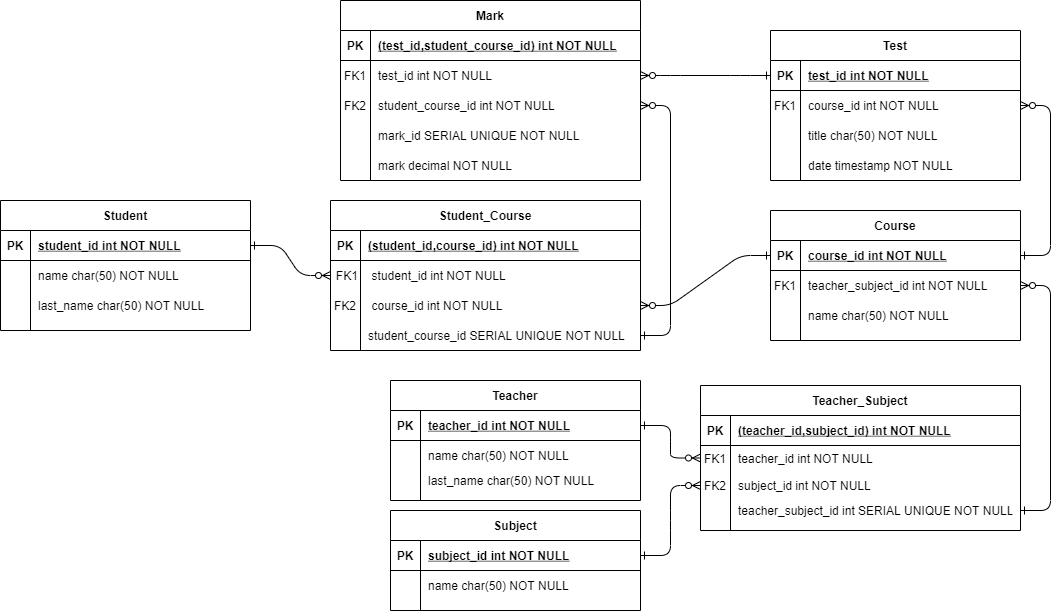
The draw.io diagram testfullstack_MER.png in Tisks/testfullstack2021Solution, before a commit. Source tidied: cells renumbered, new cells last; positions are measured from the earlier drawing's top-left corner, leaving out a move shared by most shapes.
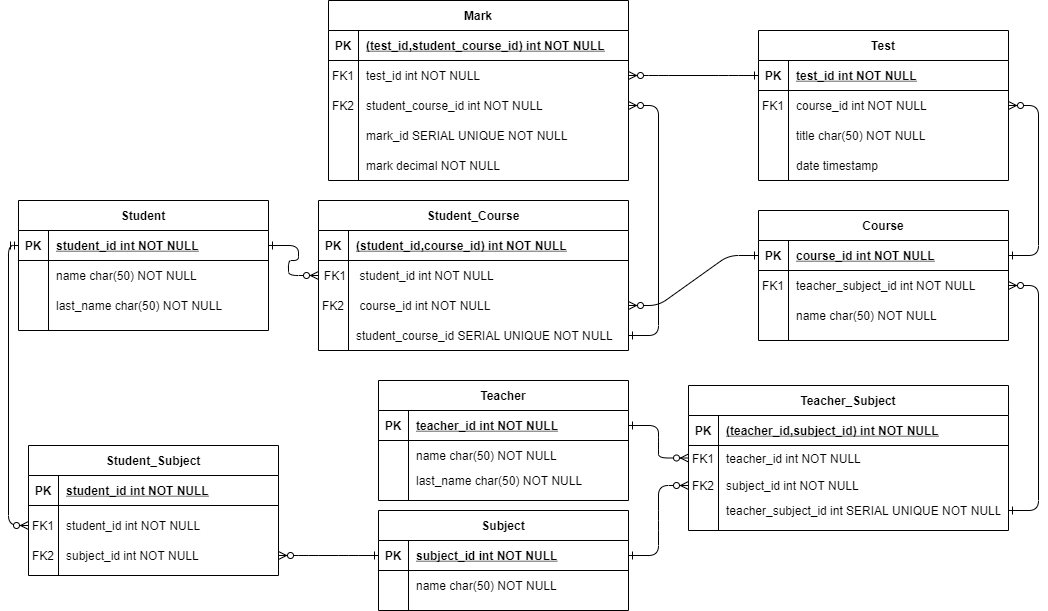
Above is the later version.

What changed in the source:
```diff
@@ -21,7 +21,7 @@
       <mxGeometry x="30" width="280" height="30" as="geometry" />
     </mxCell>
     <mxCell id="8" value="Student" style="shape=table;startSize=30;rowLines=0;fontStyle=1;align=center;" parent="1" vertex="1">
-      <mxGeometry y="200" width="250" height="130" as="geometry" />
+      <mxGeometry x="30" y="200" width="250" height="130" as="geometry" />
     </mxCell>
     <mxCell id="9" style="shape=partialRectangle;fillColor=none;points=[[0,0.5],[1,0.5]];portConstraint=eastwest;top=0;left=0;right=0;bottom=1;" parent="8" vertex="1">
       <mxGeometry y="30" width="250" height="30" as="geometry" />
@@ -84,7 +84,7 @@
       <mxGeometry x="30" width="220" height="30" as="geometry" />
     </mxCell>
     <mxCell id="29" style="shape=partialRectangle;fillColor=none;top=0;left=0;right=0;bottom=0;" parent="1" vertex="1">
-      <mxGeometry y="290" width="250" height="30" as="geometry" />
+      <mxGeometry x="30" y="290" width="250" height="30" as="geometry" />
     </mxCell>
     <mxCell id="30" style="shape=partialRectangle;overflow=hidden;fillColor=none;top=0;left=0;bottom=0;right=0;" parent="29" vertex="1">
       <mxGeometry width="30" height="30" as="geometry" />
@@ -170,7 +170,7 @@
     <mxCell id="57" style="shape=partialRectangle;overflow=hidden;fillColor=none;top=0;left=0;bottom=0;right=0;" parent="56" vertex="1">
       <mxGeometry width="30" height="30" as="geometry" />
     </mxCell>
-    <mxCell id="58" value="date timestamp NOT NULL" style="shape=partialRectangle;overflow=hidden;fillColor=none;top=0;left=0;bottom=0;right=0;align=left;spacingLeft=6;" parent="56" vertex="1">
+    <mxCell id="58" value="date timestamp " style="shape=partialRectangle;overflow=hidden;fillColor=none;top=0;left=0;bottom=0;right=0;align=left;spacingLeft=6;" parent="56" vertex="1">
       <mxGeometry x="30" width="220" height="30" as="geometry" />
     </mxCell>
     <mxCell id="59" value="Mark" style="shape=table;startSize=30;rowLines=0;fontStyle=1;align=center;" parent="1" vertex="1">
@@ -317,5 +317,50 @@
     <mxCell id="106" value="mark_id SERIAL UNIQUE NOT NULL" style="shape=partialRectangle;overflow=hidden;fillColor=none;top=0;left=0;bottom=0;right=0;align=left;spacingLeft=6;" parent="104" vertex="1">
       <mxGeometry x="30" width="270" height="30" as="geometry" />
     </mxCell>
+    <mxCell id="107" value="Student_Subject" style="shape=table;startSize=30;rowLines=0;fontStyle=1;align=center;" parent="1" vertex="1">
+      <mxGeometry x="40" y="445" width="250" height="130" as="geometry" />
+    </mxCell>
+    <mxCell id="108" style="shape=partialRectangle;fillColor=none;top=0;left=0;right=0;bottom=1;" parent="107" vertex="1">
+      <mxGeometry y="30" width="250" height="30" as="geometry" />
+    </mxCell>
+    <mxCell id="109" value="PK" style="shape=partialRectangle;overflow=hidden;fillColor=none;top=0;left=0;bottom=0;right=0;fontStyle=1;" parent="108" vertex="1">
+      <mxGeometry width="30" height="30" as="geometry" />
+    </mxCell>
+    <mxCell id="110" value="student_id int NOT NULL " style="shape=partialRectangle;overflow=hidden;fillColor=none;top=0;left=0;bottom=0;right=0;align=left;spacingLeft=6;fontStyle=5;" parent="108" vertex="1">
+      <mxGeometry x="30" width="220" height="30" as="geometry" />
+    </mxCell>
+    <mxCell id="111" style="shape=partialRectangle;fillColor=none;top=0;left=0;right=0;bottom=0;" parent="107" vertex="1">
+      <mxGeometry y="60" width="250" height="30" as="geometry" />
+    </mxCell>
+    <mxCell id="112" style="shape=partialRectangle;overflow=hidden;fillColor=none;top=0;left=0;bottom=0;right=0;" parent="111" vertex="1">
+      <mxGeometry width="30" height="30" as="geometry" />
+    </mxCell>
+    <mxCell id="113" style="shape=partialRectangle;overflow=hidden;fillColor=none;top=0;left=0;bottom=0;right=0;align=left;spacingLeft=6;" parent="111" vertex="1">
+      <mxGeometry x="30" width="220" height="30" as="geometry" />
+    </mxCell>
+    <mxCell id="114" style="shape=partialRectangle;fillColor=none;points=[[0,0.5],[1,0.5]];portConstraint=eastwest;top=0;left=0;right=0;bottom=0;" parent="1" vertex="1">
+      <mxGeometry x="40" y="510" width="250" height="30" as="geometry" />
+    </mxCell>
+    <mxCell id="115" value="FK1" style="shape=partialRectangle;overflow=hidden;fillColor=none;top=0;left=0;bottom=0;right=0;" parent="114" vertex="1">
+      <mxGeometry width="30" height="30" as="geometry" />
+    </mxCell>
+    <mxCell id="116" value="student_id int NOT NULL" style="shape=partialRectangle;overflow=hidden;fillColor=none;top=0;left=0;bottom=0;right=0;align=left;spacingLeft=6;" parent="114" vertex="1">
+      <mxGeometry x="30" width="193.2" height="30" as="geometry" />
+    </mxCell>
+    <mxCell id="117" style="shape=partialRectangle;fillColor=none;points=[[0,0.5],[1,0.5]];portConstraint=eastwest;top=0;left=0;right=0;bottom=0;" parent="1" vertex="1">
+      <mxGeometry x="40" y="540" width="250" height="30" as="geometry" />
+    </mxCell>
+    <mxCell id="118" value="FK2" style="shape=partialRectangle;overflow=hidden;fillColor=none;top=0;left=0;bottom=0;right=0;" parent="117" vertex="1">
+      <mxGeometry width="30" height="30" as="geometry" />
+    </mxCell>
+    <mxCell id="119" value="subject_id int NOT NULL" style="shape=partialRectangle;overflow=hidden;fillColor=none;top=0;left=0;bottom=0;right=0;align=left;spacingLeft=6;" parent="117" vertex="1">
+      <mxGeometry x="30" width="220" height="30" as="geometry" />
+    </mxCell>
+    <mxCell id="120" style="edgeStyle=orthogonalEdgeStyle;fontSize=12;html=1;endArrow=ERzeroToMany;startArrow=ERmandOne;exitX=0;exitY=0.5;exitDx=0;exitDy=0;entryX=0;entryY=0.5;entryDx=0;entryDy=0;" parent="1" edge="1" source="9" target="114">
+      <mxGeometry relative="1" as="geometry" />
+    </mxCell>
+    <mxCell id="121" style="edgeStyle=entityRelationEdgeStyle;endArrow=ERzeroToMany;startArrow=ERone;endFill=1;startFill=0;exitX=0;exitY=0.5;exitDx=0;exitDy=0;entryX=1;entryY=0.5;entryDx=0;entryDy=0;" parent="1" edge="1" source="36" target="117">
+      <mxGeometry relative="1" as="geometry" />
+    </mxCell>
   </root>
 </mxGraphModel>
```
